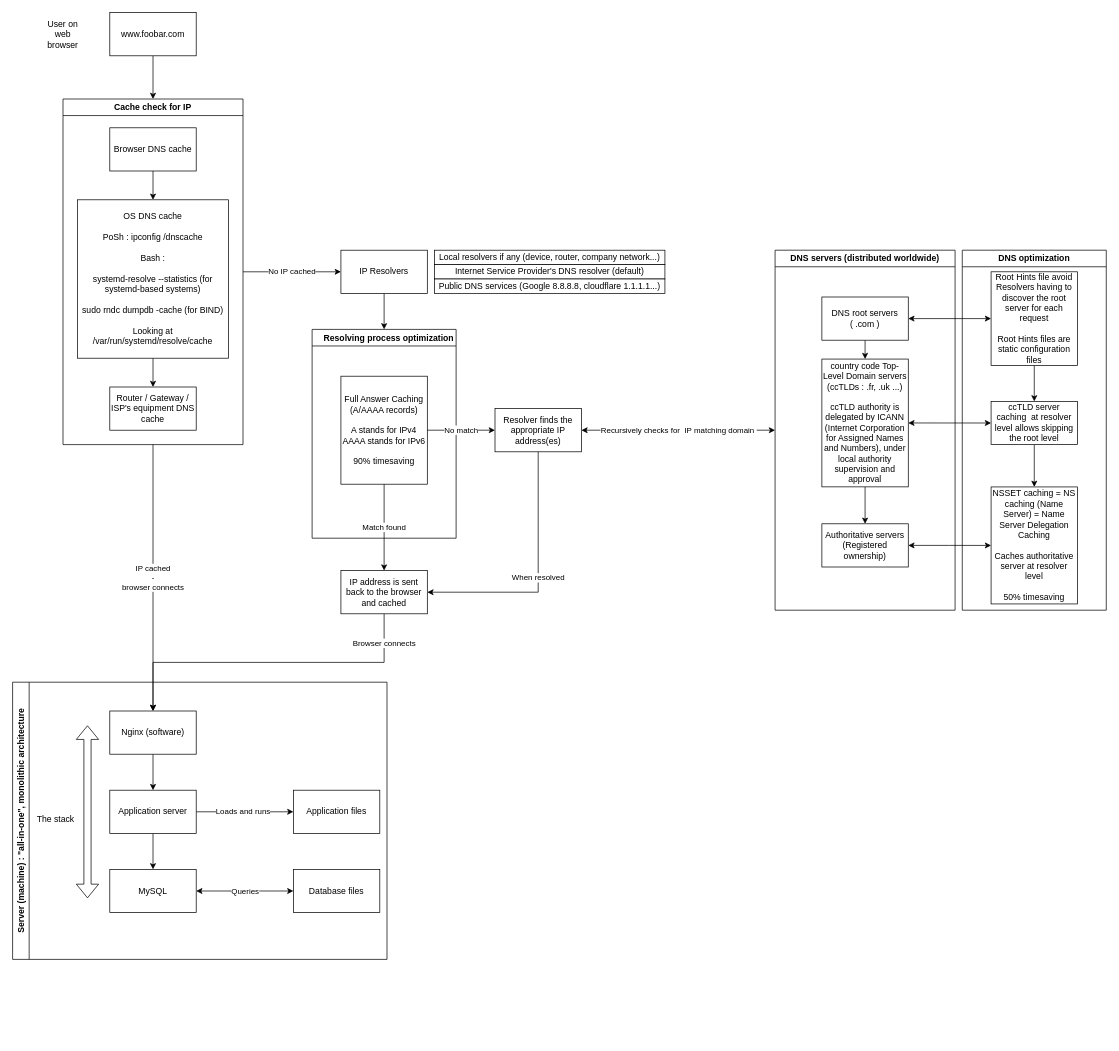
This is web_infrastructure_design/0-simple_web_stack.drawio from jmitchell35/holbertonschool-system_engineering-devops, a draw.io file, before an edit. Source tidied: cells renumbered, new cells numbered last; positions are measured from the earlier drawing's top-left corner, leaving out a move shared by most shapes. Both pictures are drawn from the tidied source at 72%, with x=0, y=0 at pixel (12, 12).
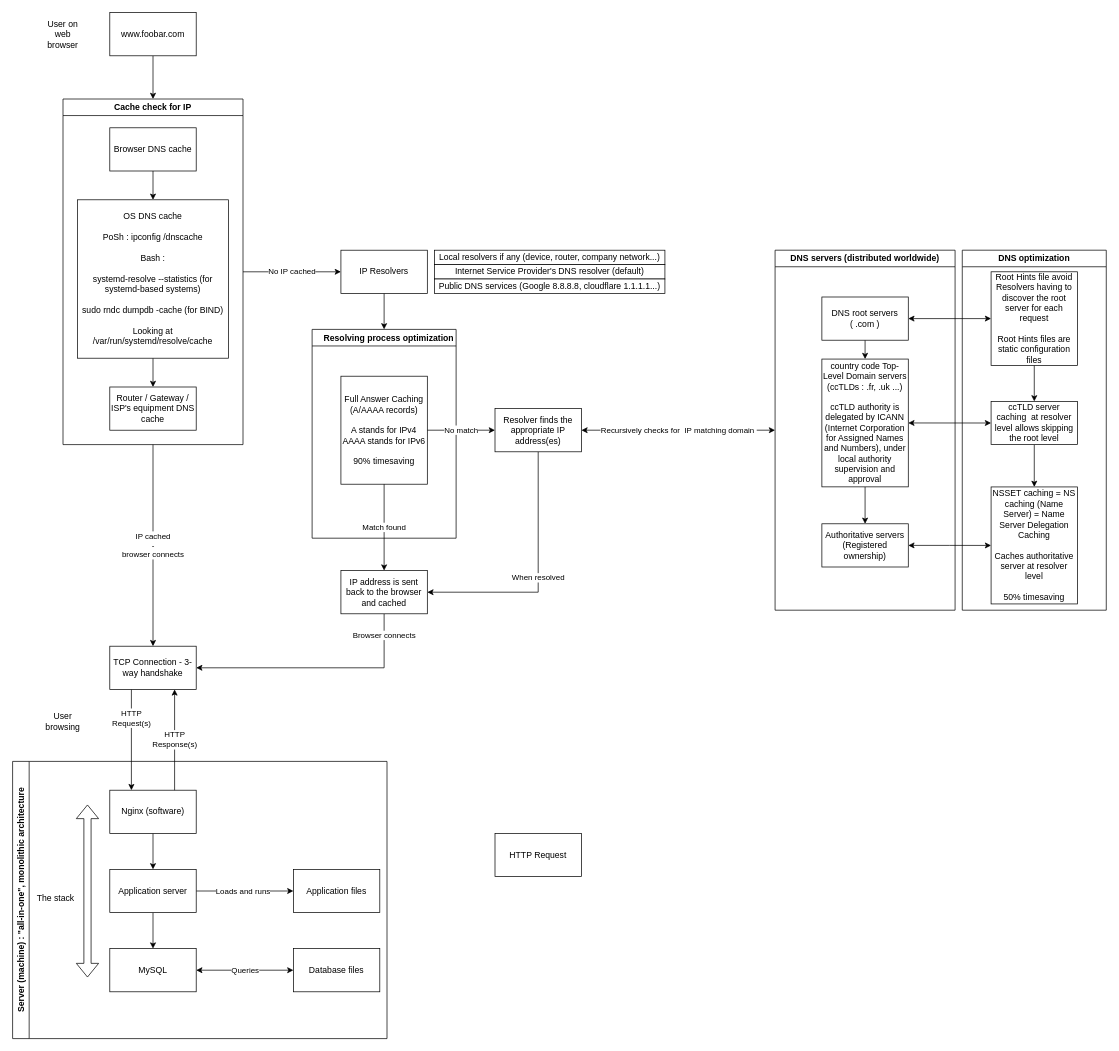
Above is the later version.

Commit message:
Added TCP Connection and HTTP requests / responses

Unchanged cells that the change refers to:
```xml
<mxCell id="13" value="IP address is sent back to the browser and cached" style="rounded=0;whiteSpace=wrap;html=1;" parent="1" vertex="1">
  <mxGeometry x="456" y="775" width="120" height="60" as="geometry" />
</mxCell>
<mxCell id="16" value="Nginx (software)" style="rounded=0;whiteSpace=wrap;html=1;" parent="14" vertex="1">
  <mxGeometry x="135" y="40" width="120" height="60" as="geometry" />
</mxCell>
<mxCell id="48" value="Cache check for IP" style="swimlane;whiteSpace=wrap;html=1;" parent="1" vertex="1">
  <mxGeometry x="70" y="120" width="250" height="480" as="geometry" />
</mxCell>
```

Change to the diagram source:
```diff
@@
-    <mxCell id="6" value="IP cached&lt;br&gt;-&lt;br&gt;browser connects" style="edgeStyle=orthogonalEdgeStyle;rounded=0;jettySize=auto;html=1;exitX=0.5;exitY=1;exitDx=0;exitDy=0;entryX=0.5;entryY=0;entryDx=0;entryDy=0;" parent="1" edge="1" source="48" target="16">
+    <mxCell id="6" value="IP cached&lt;br&gt;-&lt;br&gt;browser connects" style="edgeStyle=orthogonalEdgeStyle;rounded=0;jettySize=auto;html=1;exitX=0.5;exitY=1;exitDx=0;exitDy=0;entryX=0.5;entryY=0;entryDx=0;entryDy=0;" parent="1" edge="1" source="48" target="55">
       <mxGeometry relative="1" as="geometry" />
     </mxCell>
@@
-    <mxCell id="12" value="Browser connects" style="edgeStyle=orthogonalEdgeStyle;rounded=0;jettySize=auto;html=1;exitX=0.5;exitY=1;exitDx=0;exitDy=0;entryX=0.5;entryY=0;entryDx=0;entryDy=0;" parent="1" edge="1" source="13" target="16">
+    <mxCell id="12" value="Browser connects" style="edgeStyle=orthogonalEdgeStyle;rounded=0;jettySize=auto;html=1;exitX=0.5;exitY=1;exitDx=0;exitDy=0;entryX=1;entryY=0.5;entryDx=0;entryDy=0;" parent="1" edge="1" source="13" target="55">
       <mxGeometry x="-0.82" relative="1" as="geometry" />
     </mxCell>
@@
     <mxCell id="14" value="Server (machine) : &quot;all-in-one&quot;, monolithic architecture" style="swimlane;horizontal=0;whiteSpace=wrap;html=1;" parent="1" vertex="1">
-      <mxGeometry y="930" width="520" height="385" as="geometry" />
+      <mxGeometry y="1040" width="520" height="385" as="geometry" />
     </mxCell>
@@
+    <mxCell id="54" value="HTTP&lt;div&gt;Request(s)&lt;/div&gt;" style="edgeStyle=orthogonalEdgeStyle;rounded=0;jettySize=auto;html=1;exitX=0.25;exitY=1;exitDx=0;exitDy=0;entryX=0.25;entryY=0;entryDx=0;entryDy=0;" parent="1" edge="1" source="55" target="16">
+      <mxGeometry x="-0.43" relative="1" as="geometry" />
+    </mxCell>
+    <mxCell id="55" value="TCP Connection - 3-way handshake" style="rounded=0;whiteSpace=wrap;html=1;" parent="1" vertex="1">
+      <mxGeometry x="135" y="880" width="120" height="60" as="geometry" />
+    </mxCell>
+    <mxCell id="56" value="HTTP Request" style="rounded=0;whiteSpace=wrap;html=1;" parent="1" vertex="1">
+      <mxGeometry x="670" y="1140" width="120" height="60" as="geometry" />
+    </mxCell>
+    <mxCell id="57" value="HTTP&lt;div&gt;Response(s)&lt;/div&gt;" style="edgeStyle=orthogonalEdgeStyle;rounded=0;jettySize=auto;html=1;exitX=0.75;exitY=0;exitDx=0;exitDy=0;entryX=0.75;entryY=1;entryDx=0;entryDy=0;" parent="1" edge="1" source="16" target="55">
+      <mxGeometry relative="1" as="geometry" />
+    </mxCell>
+    <mxCell id="58" value="User browsing" style="text;html=1;align=center;verticalAlign=middle;whiteSpace=wrap;rounded=0;" parent="1" vertex="1">
+      <mxGeometry x="40" y="970" width="60" height="30" as="geometry" />
+    </mxCell>
```
